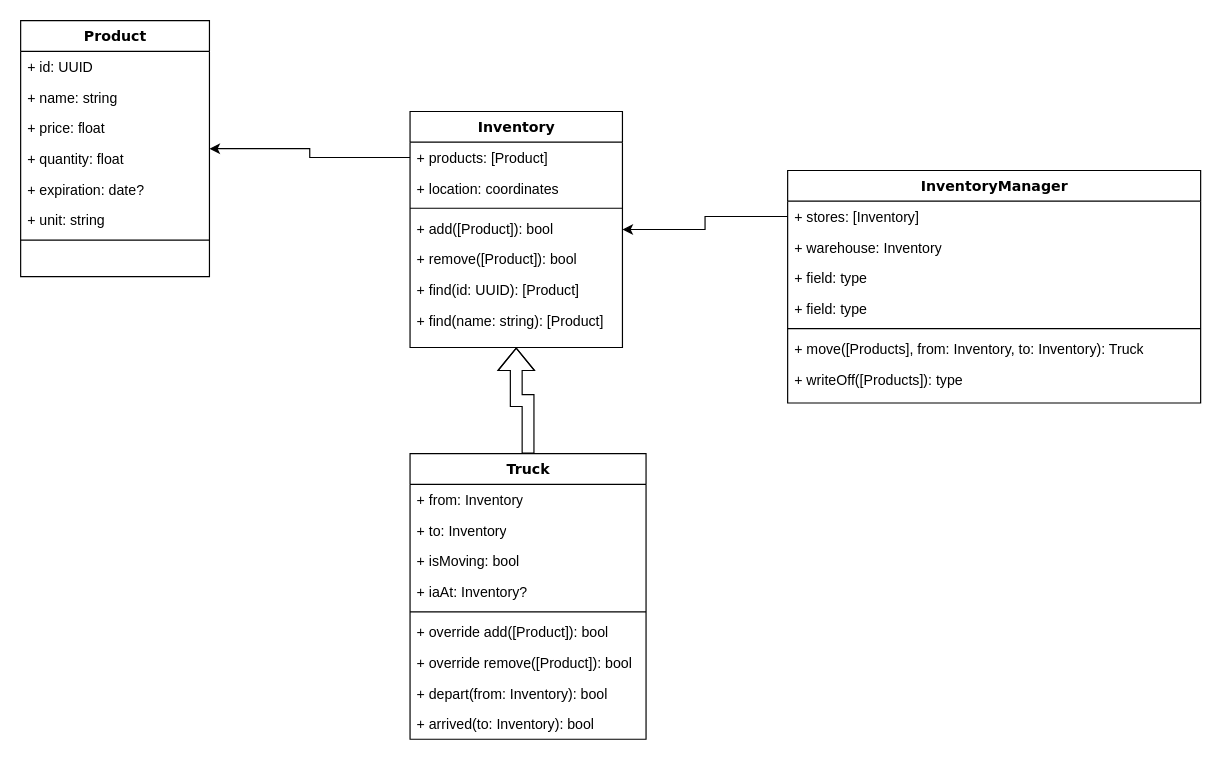
Before: Task2-2.drawio in 19172801/Data-assignment2, a draw.io diagram. Source tidied: cells renumbered, new cells numbered last; positions are measured from the earlier drawing's top-left corner, leaving out a move shared by most shapes. Both pictures are drawn from the tidied source at 118%, with x=0, y=0 at pixel (20, 20).
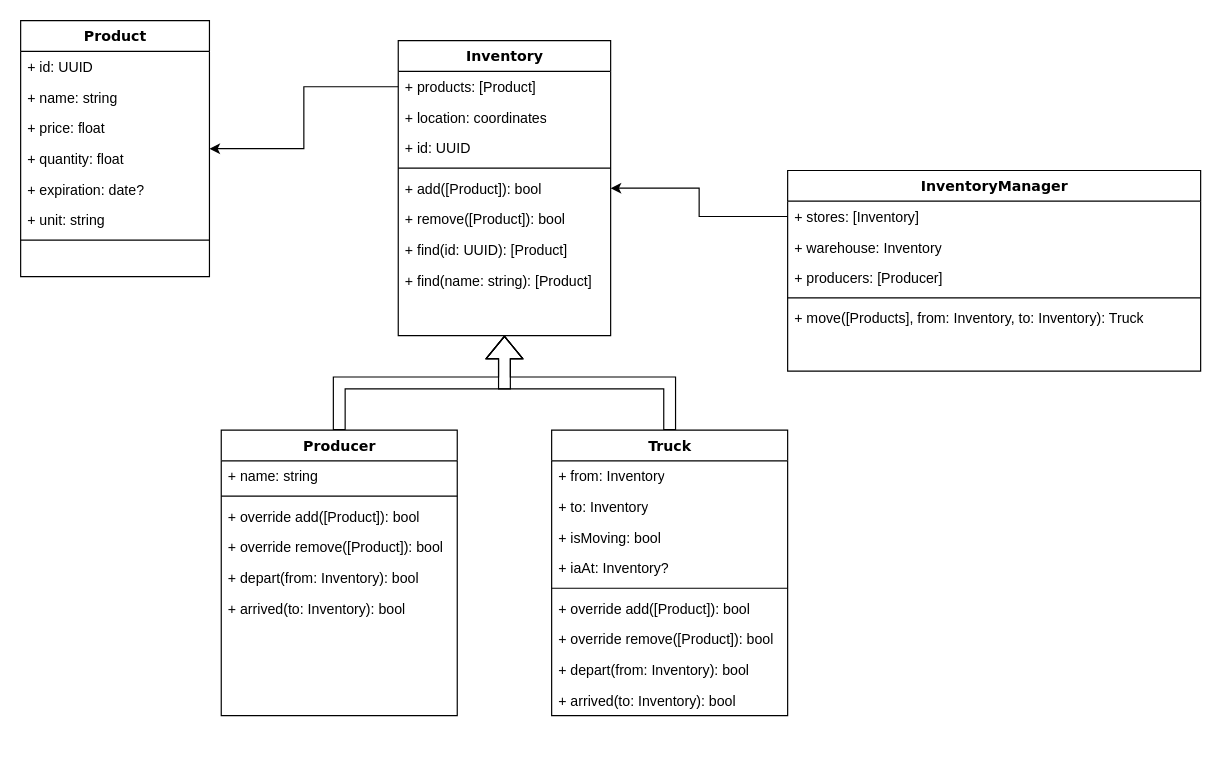
Above is the later version.

What changed in the source:
```diff
@@
     <mxCell id="10" value="Inventory" style="swimlane;html=1;fontStyle=1;align=center;verticalAlign=top;horizontal=1;startSize=26;swimlaneFillColor=#ffffff;rounded=0;shadow=0;comic=0;labelBackgroundColor=none;strokeWidth=1;fillColor=none;fontFamily=Verdana;fontSize=12;" parent="1" vertex="1">
-      <mxGeometry x="330" y="77" width="180" height="200" as="geometry" />
+      <mxGeometry x="320" y="17" width="180" height="250" as="geometry" />
     </mxCell>
@@
+    <mxCell id="39" value="+ id: UUID" style="text;html=1;strokeColor=none;fillColor=none;align=left;verticalAlign=top;spacingLeft=4;spacingRight=4;whiteSpace=wrap;overflow=hidden;" parent="10" vertex="1">
+      <mxGeometry y="78" width="180" height="26" as="geometry" />
+    </mxCell>
     <mxCell id="13" style="line;html=1;strokeWidth=1;fillColor=none;align=left;verticalAlign=middle;spacingTop=-1;spacingLeft=3;spacingRight=3;labelPosition=right;" parent="10" vertex="1">
-      <mxGeometry y="78" width="180" height="8" as="geometry" />
+      <mxGeometry y="104" width="180" height="8" as="geometry" />
     </mxCell>
     <mxCell id="14" value="+&amp;nbsp;add([Product]): bool" style="text;html=1;strokeColor=none;fillColor=none;align=left;verticalAlign=top;spacingLeft=4;spacingRight=4;whiteSpace=wrap;overflow=hidden;" parent="10" vertex="1">
-      <mxGeometry y="86" width="180" height="26" as="geometry" />
+      <mxGeometry y="112" width="180" height="26" as="geometry" />
     </mxCell>
     <mxCell id="15" value="+&amp;nbsp;remove([Product]): bool" style="text;html=1;strokeColor=none;fillColor=none;align=left;verticalAlign=top;spacingLeft=4;spacingRight=4;whiteSpace=wrap;overflow=hidden;" parent="10" vertex="1">
-      <mxGeometry y="112" width="180" height="26" as="geometry" />
+      <mxGeometry y="138" width="180" height="26" as="geometry" />
     </mxCell>
     <mxCell id="16" value="+&amp;nbsp;find(id: UUID): [Product]" style="text;html=1;strokeColor=none;fillColor=none;align=left;verticalAlign=top;spacingLeft=4;spacingRight=4;whiteSpace=wrap;overflow=hidden;" parent="10" vertex="1">
-      <mxGeometry y="138" width="180" height="26" as="geometry" />
+      <mxGeometry y="164" width="180" height="26" as="geometry" />
     </mxCell>
     <mxCell id="17" value="+&amp;nbsp;find(name: string): [Product]" style="text;html=1;strokeColor=none;fillColor=none;align=left;verticalAlign=top;spacingLeft=4;spacingRight=4;whiteSpace=wrap;overflow=hidden;" parent="10" vertex="1">
-      <mxGeometry y="164" width="180" height="26" as="geometry" />
+      <mxGeometry y="190" width="180" height="26" as="geometry" />
     </mxCell>
     <mxCell id="18" value="InventoryManager" style="swimlane;html=1;fontStyle=1;align=center;verticalAlign=top;horizontal=1;startSize=26;swimlaneFillColor=#ffffff;rounded=0;shadow=0;comic=0;labelBackgroundColor=none;strokeWidth=1;fillColor=none;fontFamily=Verdana;fontSize=12;" parent="1" vertex="1">
-      <mxGeometry x="650" y="127" width="350" height="197" as="geometry" />
+      <mxGeometry x="650" y="127" width="350" height="170" as="geometry" />
     </mxCell>
@@
-    <mxCell id="21" value="+ field: type" style="text;html=1;strokeColor=none;fillColor=none;align=left;verticalAlign=top;spacingLeft=4;spacingRight=4;whiteSpace=wrap;overflow=hidden;" parent="18" vertex="1">
-      <mxGeometry y="78" width="350" height="26" as="geometry" />
-    </mxCell>
-    <mxCell id="22" value="+ field: type" style="text;html=1;strokeColor=none;fillColor=none;align=left;verticalAlign=top;spacingLeft=4;spacingRight=4;whiteSpace=wrap;overflow=hidden;" parent="18" vertex="1">
-      <mxGeometry y="104" width="350" height="26" as="geometry" />
-    </mxCell>
+    <mxCell id="40" value="+ producers: [Producer]" style="text;html=1;strokeColor=none;fillColor=none;align=left;verticalAlign=top;spacingLeft=4;spacingRight=4;whiteSpace=wrap;overflow=hidden;" parent="18" vertex="1">
+      <mxGeometry y="78" width="350" height="26" as="geometry" />
+    </mxCell>
     <mxCell id="23" style="line;html=1;strokeWidth=1;fillColor=none;align=left;verticalAlign=middle;spacingTop=-1;spacingLeft=3;spacingRight=3;labelPosition=right;" parent="18" vertex="1">
-      <mxGeometry y="130" width="350" height="8" as="geometry" />
+      <mxGeometry y="104" width="350" height="8" as="geometry" />
     </mxCell>
     <mxCell id="24" value="+ move([Products], from: Inventory, to: Inventory): Truck" style="text;html=1;strokeColor=none;fillColor=none;align=left;verticalAlign=top;spacingLeft=4;spacingRight=4;whiteSpace=wrap;overflow=hidden;" parent="18" vertex="1">
-      <mxGeometry y="138" width="350" height="26" as="geometry" />
+      <mxGeometry y="112" width="350" height="26" as="geometry" />
     </mxCell>
-    <mxCell id="25" value="+ writeOff([Products]): type" style="text;html=1;strokeColor=none;fillColor=none;align=left;verticalAlign=top;spacingLeft=4;spacingRight=4;whiteSpace=wrap;overflow=hidden;" parent="18" vertex="1">
-      <mxGeometry y="164" width="350" height="26" as="geometry" />
-    </mxCell>
@@
     <mxCell id="29" value="Truck" style="swimlane;html=1;fontStyle=1;align=center;verticalAlign=top;horizontal=1;startSize=26;swimlaneFillColor=#ffffff;rounded=0;shadow=0;comic=0;labelBackgroundColor=none;strokeWidth=1;fillColor=none;fontFamily=Verdana;fontSize=12;" parent="1" vertex="1">
-      <mxGeometry x="330" y="367" width="200" height="242" as="geometry" />
+      <mxGeometry x="450" y="347" width="200" height="242" as="geometry" />
     </mxCell>
@@
+    <mxCell id="41" style="edgeStyle=orthogonalEdgeStyle;rounded=0;jettySize=auto;html=1;shape=flexArrow;" parent="1" edge="1" source="42" target="10">
+      <mxGeometry relative="1" as="geometry" />
+    </mxCell>
+    <mxCell id="42" value="Producer" style="swimlane;html=1;fontStyle=1;align=center;verticalAlign=top;horizontal=1;startSize=26;swimlaneFillColor=#ffffff;rounded=0;shadow=0;comic=0;labelBackgroundColor=none;strokeWidth=1;fillColor=none;fontFamily=Verdana;fontSize=12;" parent="1" vertex="1">
+      <mxGeometry x="170" y="347" width="200" height="242" as="geometry" />
+    </mxCell>
+    <mxCell id="43" value="+ name: string" style="text;html=1;strokeColor=none;fillColor=none;align=left;verticalAlign=top;spacingLeft=4;spacingRight=4;whiteSpace=wrap;overflow=hidden;" parent="42" vertex="1">
+      <mxGeometry y="26" width="200" height="26" as="geometry" />
+    </mxCell>
+    <mxCell id="44" style="line;html=1;strokeWidth=1;fillColor=none;align=left;verticalAlign=middle;spacingTop=-1;spacingLeft=3;spacingRight=3;labelPosition=right;" parent="42" vertex="1">
+      <mxGeometry y="52" width="200" height="8" as="geometry" />
+    </mxCell>
+    <mxCell id="45" value="+ override add([Product]): bool" style="text;html=1;strokeColor=none;fillColor=none;align=left;verticalAlign=top;spacingLeft=4;spacingRight=4;whiteSpace=wrap;overflow=hidden;" parent="42" vertex="1">
+      <mxGeometry y="60" width="200" height="26" as="geometry" />
+    </mxCell>
+    <mxCell id="46" value="+ override remove([Product]): bool" style="text;html=1;strokeColor=none;fillColor=none;align=left;verticalAlign=top;spacingLeft=4;spacingRight=4;whiteSpace=wrap;overflow=hidden;" parent="42" vertex="1">
+      <mxGeometry y="86" width="200" height="26" as="geometry" />
+    </mxCell>
+    <mxCell id="47" value="+ depart(from: Inventory): bool" style="text;html=1;strokeColor=none;fillColor=none;align=left;verticalAlign=top;spacingLeft=4;spacingRight=4;whiteSpace=wrap;overflow=hidden;" parent="42" vertex="1">
+      <mxGeometry y="112" width="200" height="26" as="geometry" />
+    </mxCell>
+    <mxCell id="48" value="+ arrived(to: Inventory): bool" style="text;html=1;strokeColor=none;fillColor=none;align=left;verticalAlign=top;spacingLeft=4;spacingRight=4;whiteSpace=wrap;overflow=hidden;" parent="42" vertex="1">
+      <mxGeometry y="138" width="200" height="26" as="geometry" />
+    </mxCell>
```
